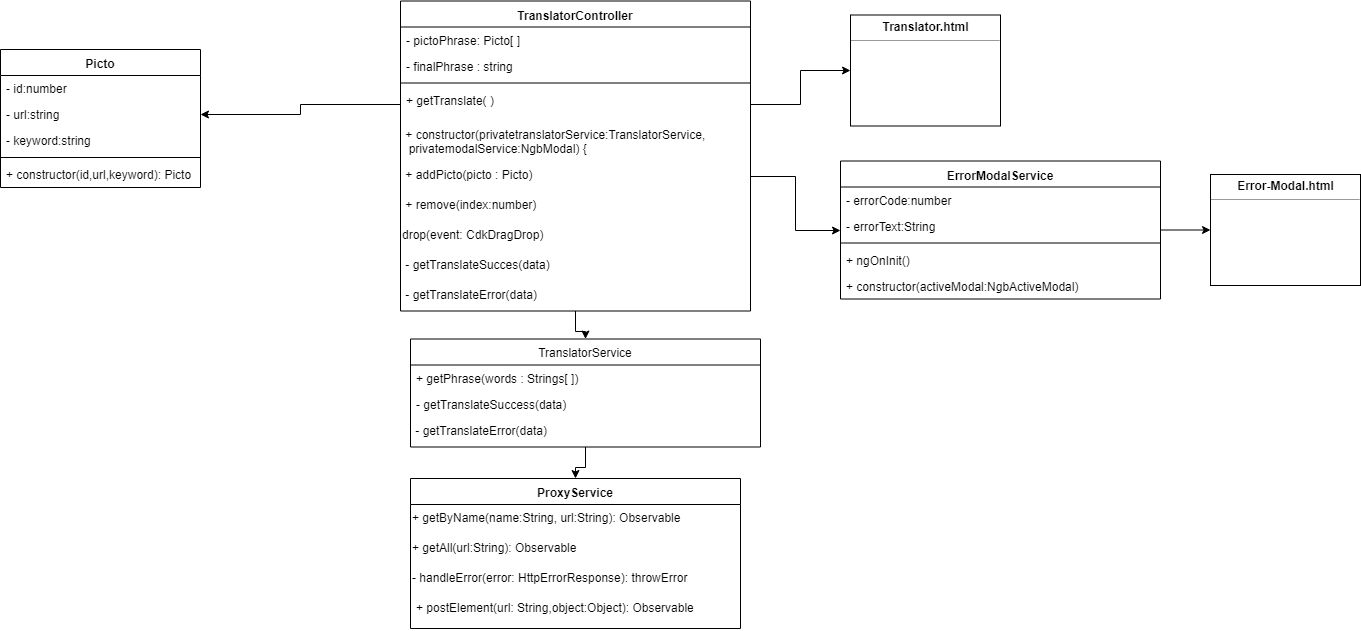
This is Documentación/Imagenes/Bitmap/ServiciosWeb/translatorComponent.png from NILGroup/TFG-1819-PictoTexto, a draw.io export, as it was before one commit. Source tidied: cells renumbered, new cells last; positions are measured from the earlier drawing's top-left corner, leaving out a move shared by most shapes. Source of this version:
```xml
<mxGraphModel>
  <root>
    <mxCell id="0" />
    <mxCell id="1" parent="0" />
    <mxCell id="2" value="ProxyService" style="swimlane;fontStyle=1;align=center;verticalAlign=top;horizontal=1;startSize=26;" parent="1" vertex="1">
      <mxGeometry x="410" y="477" width="330" height="150" as="geometry" />
    </mxCell>
    <mxCell id="3" value="+ getByName(name:String, url:String): Observable" style="text;html=1;" parent="2" vertex="1">
      <mxGeometry y="26" width="330" height="30" as="geometry" />
    </mxCell>
    <mxCell id="4" value="+ getAll(url:String): Observable" style="text;html=1;" parent="2" vertex="1">
      <mxGeometry y="56" width="330" height="30" as="geometry" />
    </mxCell>
    <mxCell id="5" value="- handleError(error: HttpErrorResponse): throwError" style="text;html=1;" parent="2" vertex="1">
      <mxGeometry y="86" width="330" height="30" as="geometry" />
    </mxCell>
    <mxCell id="6" value="+ postElement(url: String,object:Object): Observable" style="text;strokeColor=none;fillColor=none;align=left;verticalAlign=top;spacingLeft=4;spacingRight=4;overflow=hidden;" parent="2" vertex="1">
      <mxGeometry y="116" width="330" height="34" as="geometry" />
    </mxCell>
    <mxCell id="7" style="edgeStyle=orthogonalEdgeStyle;rounded=0;jettySize=auto;html=1;" parent="1" edge="1" source="8" target="14">
      <mxGeometry relative="1" as="geometry" />
    </mxCell>
    <mxCell id="8" value="ErrorModalService" style="swimlane;fontStyle=1;align=center;verticalAlign=top;horizontal=1;startSize=26;" parent="1" vertex="1">
      <mxGeometry x="840" y="159.5" width="320" height="138" as="geometry" />
    </mxCell>
    <mxCell id="9" value="- errorCode:number&#10;&#10;" style="text;strokeColor=none;fillColor=none;align=left;verticalAlign=top;spacingLeft=4;spacingRight=4;overflow=hidden;" parent="8" vertex="1">
      <mxGeometry y="26" width="320" height="26" as="geometry" />
    </mxCell>
    <mxCell id="10" value="- errorText:String&#10;&#10;" style="text;strokeColor=none;fillColor=none;align=left;verticalAlign=top;spacingLeft=4;spacingRight=4;overflow=hidden;" parent="8" vertex="1">
      <mxGeometry y="52" width="320" height="26" as="geometry" />
    </mxCell>
    <mxCell id="11" style="line;strokeWidth=1;fillColor=none;align=left;verticalAlign=middle;spacingTop=-1;spacingLeft=3;spacingRight=3;labelPosition=right;" parent="8" vertex="1">
      <mxGeometry y="78" width="320" height="8" as="geometry" />
    </mxCell>
    <mxCell id="12" value="+ ngOnInit()" style="text;strokeColor=none;fillColor=none;align=left;verticalAlign=top;spacingLeft=4;spacingRight=4;overflow=hidden;" parent="8" vertex="1">
      <mxGeometry y="86" width="320" height="26" as="geometry" />
    </mxCell>
    <mxCell id="13" value="+ constructor(activeModal:NgbActiveModal)&#10;" style="text;strokeColor=none;fillColor=none;align=left;verticalAlign=top;spacingLeft=4;spacingRight=4;overflow=hidden;" parent="8" vertex="1">
      <mxGeometry y="112" width="320" height="26" as="geometry" />
    </mxCell>
    <mxCell id="14" value="&lt;p style=&quot;margin: 0px ; margin-top: 4px ; text-align: center&quot;&gt;&lt;b&gt;Error-Modal.html&lt;/b&gt;&lt;/p&gt;&lt;hr size=&quot;1&quot;&gt;&lt;p style=&quot;margin: 0px ; margin-left: 4px&quot;&gt;&lt;/p&gt;&lt;p style=&quot;margin: 0px ; margin-left: 4px&quot;&gt;&lt;br&gt;&lt;/p&gt;" style="verticalAlign=top;align=left;overflow=fill;fontSize=12;fontFamily=Helvetica;html=1;" parent="1" vertex="1">
      <mxGeometry x="1210" y="173" width="150" height="111" as="geometry" />
    </mxCell>
    <mxCell id="15" value="TranslatorController&#10;&#10;" style="swimlane;fontStyle=1;align=center;verticalAlign=top;horizontal=1;startSize=26;" parent="1" vertex="1">
      <mxGeometry x="400" y="-0.5" width="350" height="310" as="geometry" />
    </mxCell>
    <mxCell id="16" value="- pictoPhrase: Picto[ ]" style="text;strokeColor=none;fillColor=none;align=left;verticalAlign=top;spacingLeft=4;spacingRight=4;overflow=hidden;" parent="15" vertex="1">
      <mxGeometry y="26" width="350" height="26" as="geometry" />
    </mxCell>
    <mxCell id="17" value="- finalPhrase : string" style="text;strokeColor=none;fillColor=none;align=left;verticalAlign=top;spacingLeft=4;spacingRight=4;overflow=hidden;" parent="15" vertex="1">
      <mxGeometry y="52" width="350" height="26" as="geometry" />
    </mxCell>
    <mxCell id="18" style="line;strokeWidth=1;fillColor=none;align=left;verticalAlign=middle;spacingTop=-1;spacingLeft=3;spacingRight=3;labelPosition=right;" parent="15" vertex="1">
      <mxGeometry y="78" width="350" height="8" as="geometry" />
    </mxCell>
    <mxCell id="19" value="+ getTranslate( )" style="text;strokeColor=none;fillColor=none;align=left;verticalAlign=top;spacingLeft=4;spacingRight=4;overflow=hidden;points=[[0,0.5],[1,0.5]];portConstraint=eastwest;" parent="15" vertex="1">
      <mxGeometry y="86" width="350" height="34" as="geometry" />
    </mxCell>
    <mxCell id="20" value="&amp;nbsp;+&amp;nbsp;&lt;span&gt;constructor&lt;/span&gt;&lt;span&gt;(&lt;/span&gt;&lt;span&gt;private&lt;/span&gt;&lt;span&gt;translatorService&lt;/span&gt;&lt;span&gt;:&lt;/span&gt;&lt;span&gt;TranslatorService&lt;/span&gt;&lt;span&gt;,&lt;br&gt;&amp;nbsp;&amp;nbsp;&lt;/span&gt;&lt;span&gt;private&lt;/span&gt;&lt;span&gt;modalService&lt;/span&gt;&lt;span&gt;:&lt;/span&gt;&lt;span&gt;NgbModal&lt;/span&gt;&lt;span&gt;) {  &lt;/span&gt;" style="text;html=1;" parent="15" vertex="1">
      <mxGeometry y="120" width="350" height="40" as="geometry" />
    </mxCell>
    <mxCell id="21" value="&amp;nbsp;+ addPicto(picto : Picto)" style="text;html=1;" parent="15" vertex="1">
      <mxGeometry y="160" width="350" height="30" as="geometry" />
    </mxCell>
    <mxCell id="22" value="&amp;nbsp;+&amp;nbsp;&lt;span&gt;remove&lt;/span&gt;&lt;span&gt;(&lt;/span&gt;&lt;span&gt;index:number&lt;/span&gt;&lt;span&gt;)&lt;/span&gt;&lt;br&gt;" style="text;html=1;" parent="15" vertex="1">
      <mxGeometry y="190" width="350" height="30" as="geometry" />
    </mxCell>
    <mxCell id="23" value="drop(event: CdkDragDrop&lt;string[]&gt;)" style="text;html=1;" parent="15" vertex="1">
      <mxGeometry y="220" width="350" height="30" as="geometry" />
    </mxCell>
    <mxCell id="24" value="&amp;nbsp;- getTranslateSucces(data)" style="text;html=1;" parent="15" vertex="1">
      <mxGeometry y="250" width="350" height="30" as="geometry" />
    </mxCell>
    <mxCell id="25" value="&amp;nbsp;- getTranslateError(data)" style="text;html=1;" parent="15" vertex="1">
      <mxGeometry y="280" width="350" height="30" as="geometry" />
    </mxCell>
    <mxCell id="26" value="&lt;p style=&quot;margin: 0px ; margin-top: 4px ; text-align: center&quot;&gt;&lt;b&gt;Translator.html&lt;/b&gt;&lt;/p&gt;&lt;hr size=&quot;1&quot;&gt;&lt;p style=&quot;margin: 0px ; margin-left: 4px&quot;&gt;&lt;/p&gt;&lt;p style=&quot;margin: 0px ; margin-left: 4px&quot;&gt;&lt;br&gt;&lt;/p&gt;" style="verticalAlign=top;align=left;overflow=fill;fontSize=12;fontFamily=Helvetica;html=1;" parent="1" vertex="1">
      <mxGeometry x="850" y="13.5" width="150" height="111" as="geometry" />
    </mxCell>
    <mxCell id="27" style="edgeStyle=orthogonalEdgeStyle;rounded=0;jettySize=auto;html=1;" parent="1" edge="1" source="28" target="2">
      <mxGeometry relative="1" as="geometry" />
    </mxCell>
    <mxCell id="28" value="TranslatorService" style="swimlane;fontStyle=0;horizontal=1;startSize=26;fillColor=none;" parent="1" vertex="1">
      <mxGeometry x="410" y="337.5" width="350" height="108" as="geometry" />
    </mxCell>
    <mxCell id="29" value="+ getPhrase(words : Strings[ ])" style="text;strokeColor=none;fillColor=none;align=left;verticalAlign=top;spacingLeft=4;spacingRight=4;overflow=hidden;" parent="28" vertex="1">
      <mxGeometry y="26" width="350" height="26" as="geometry" />
    </mxCell>
    <mxCell id="30" value="- getTranslateSuccess(data)" style="text;strokeColor=none;fillColor=none;align=left;verticalAlign=top;spacingLeft=4;spacingRight=4;overflow=hidden;" parent="28" vertex="1">
      <mxGeometry y="52" width="350" height="26" as="geometry" />
    </mxCell>
    <mxCell id="31" value="&amp;nbsp;- getTranslateError(data)" style="text;html=1;" parent="28" vertex="1">
      <mxGeometry y="78" width="350" height="30" as="geometry" />
    </mxCell>
    <mxCell id="32" style="edgeStyle=orthogonalEdgeStyle;rounded=0;jettySize=auto;html=1;" parent="1" edge="1" source="25" target="28">
      <mxGeometry relative="1" as="geometry" />
    </mxCell>
    <mxCell id="33" style="edgeStyle=orthogonalEdgeStyle;rounded=0;jettySize=auto;html=1;exitX=1;exitY=0.5;exitDx=0;exitDy=0;" parent="1" edge="1" source="19" target="26">
      <mxGeometry relative="1" as="geometry" />
    </mxCell>
    <mxCell id="34" style="edgeStyle=orthogonalEdgeStyle;rounded=0;jettySize=auto;html=1;" parent="1" edge="1" source="21" target="8">
      <mxGeometry relative="1" as="geometry" />
    </mxCell>
    <mxCell id="35" value="Picto" style="swimlane;fontStyle=1;align=center;verticalAlign=top;horizontal=1;startSize=26;" parent="1" vertex="1">
      <mxGeometry y="48" width="200" height="138" as="geometry" />
    </mxCell>
    <mxCell id="36" value="- id:number&#10;" style="text;strokeColor=none;fillColor=none;align=left;verticalAlign=top;spacingLeft=4;spacingRight=4;overflow=hidden;" parent="35" vertex="1">
      <mxGeometry y="26" width="200" height="26" as="geometry" />
    </mxCell>
    <mxCell id="37" value="- url:string" style="text;strokeColor=none;fillColor=none;align=left;verticalAlign=top;spacingLeft=4;spacingRight=4;overflow=hidden;points=[[0,0.5],[1,0.5]];portConstraint=eastwest;" parent="35" vertex="1">
      <mxGeometry y="52" width="200" height="26" as="geometry" />
    </mxCell>
    <mxCell id="38" value="- keyword:string" style="text;strokeColor=none;fillColor=none;align=left;verticalAlign=top;spacingLeft=4;spacingRight=4;overflow=hidden;" parent="35" vertex="1">
      <mxGeometry y="78" width="200" height="26" as="geometry" />
    </mxCell>
    <mxCell id="39" style="line;strokeWidth=1;fillColor=none;align=left;verticalAlign=middle;spacingTop=-1;spacingLeft=3;spacingRight=3;labelPosition=right;" parent="35" vertex="1">
      <mxGeometry y="104" width="200" height="8" as="geometry" />
    </mxCell>
    <mxCell id="40" value="+ constructor(id,url,keyword): Picto" style="text;strokeColor=none;fillColor=none;align=left;verticalAlign=top;spacingLeft=4;spacingRight=4;overflow=hidden;" parent="35" vertex="1">
      <mxGeometry y="112" width="200" height="26" as="geometry" />
    </mxCell>
    <mxCell id="41" style="edgeStyle=orthogonalEdgeStyle;rounded=0;jettySize=auto;html=1;entryX=1;entryY=0.5;entryDx=0;entryDy=0;" parent="1" edge="1" source="19" target="37">
      <mxGeometry relative="1" as="geometry" />
    </mxCell>
  </root>
</mxGraphModel>
```
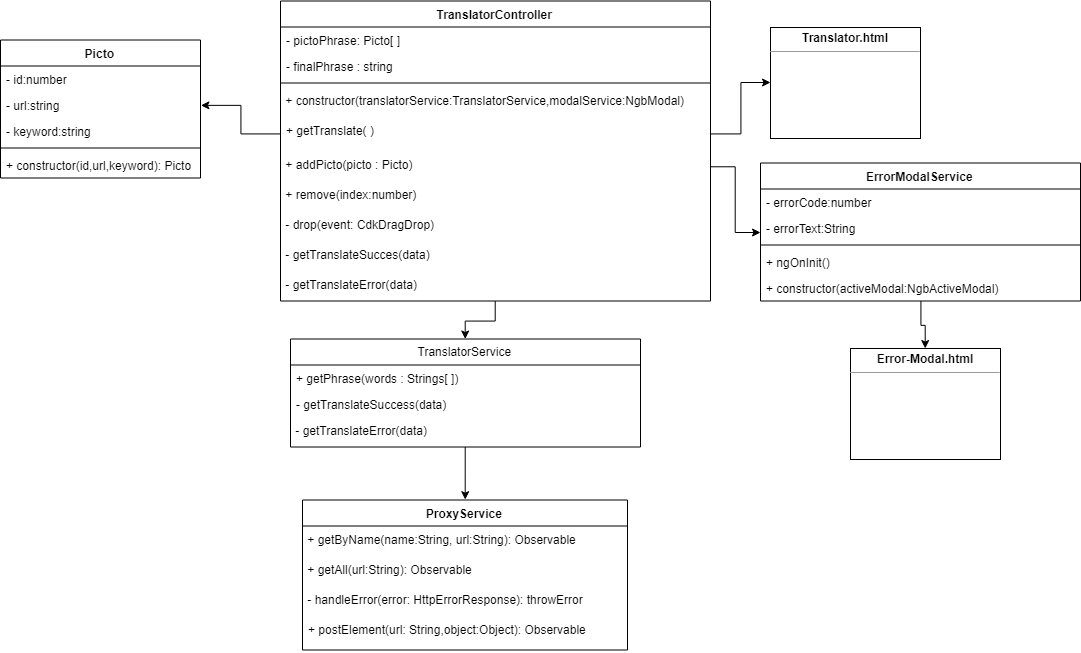
Above is the later version.

Change to the diagram source:
```diff
@@ -2,26 +2,11 @@
   <root>
     <mxCell id="0" />
     <mxCell id="1" parent="0" />
-    <mxCell id="2" value="ProxyService" style="swimlane;fontStyle=1;align=center;verticalAlign=top;horizontal=1;startSize=26;" parent="1" vertex="1">
-      <mxGeometry x="410" y="477" width="330" height="150" as="geometry" />
-    </mxCell>
-    <mxCell id="3" value="+ getByName(name:String, url:String): Observable" style="text;html=1;" parent="2" vertex="1">
-      <mxGeometry y="26" width="330" height="30" as="geometry" />
-    </mxCell>
-    <mxCell id="4" value="+ getAll(url:String): Observable" style="text;html=1;" parent="2" vertex="1">
-      <mxGeometry y="56" width="330" height="30" as="geometry" />
-    </mxCell>
-    <mxCell id="5" value="- handleError(error: HttpErrorResponse): throwError" style="text;html=1;" parent="2" vertex="1">
-      <mxGeometry y="86" width="330" height="30" as="geometry" />
-    </mxCell>
-    <mxCell id="6" value="+ postElement(url: String,object:Object): Observable" style="text;strokeColor=none;fillColor=none;align=left;verticalAlign=top;spacingLeft=4;spacingRight=4;overflow=hidden;" parent="2" vertex="1">
-      <mxGeometry y="116" width="330" height="34" as="geometry" />
-    </mxCell>
     <mxCell id="7" style="edgeStyle=orthogonalEdgeStyle;rounded=0;jettySize=auto;html=1;" parent="1" edge="1" source="8" target="14">
       <mxGeometry relative="1" as="geometry" />
     </mxCell>
     <mxCell id="8" value="ErrorModalService" style="swimlane;fontStyle=1;align=center;verticalAlign=top;horizontal=1;startSize=26;" parent="1" vertex="1">
-      <mxGeometry x="840" y="159.5" width="320" height="138" as="geometry" />
+      <mxGeometry x="880" y="161.5" width="320" height="138" as="geometry" />
     </mxCell>
     <mxCell id="9" value="- errorCode:number&#10;&#10;" style="text;strokeColor=none;fillColor=none;align=left;verticalAlign=top;spacingLeft=4;spacingRight=4;overflow=hidden;" parent="8" vertex="1">
       <mxGeometry y="26" width="320" height="26" as="geometry" />
@@ -39,45 +24,45 @@
       <mxGeometry y="112" width="320" height="26" as="geometry" />
     </mxCell>
     <mxCell id="14" value="&lt;p style=&quot;margin: 0px ; margin-top: 4px ; text-align: center&quot;&gt;&lt;b&gt;Error-Modal.html&lt;/b&gt;&lt;/p&gt;&lt;hr size=&quot;1&quot;&gt;&lt;p style=&quot;margin: 0px ; margin-left: 4px&quot;&gt;&lt;/p&gt;&lt;p style=&quot;margin: 0px ; margin-left: 4px&quot;&gt;&lt;br&gt;&lt;/p&gt;" style="verticalAlign=top;align=left;overflow=fill;fontSize=12;fontFamily=Helvetica;html=1;" parent="1" vertex="1">
-      <mxGeometry x="1210" y="173" width="150" height="111" as="geometry" />
+      <mxGeometry x="970" y="347" width="150" height="111" as="geometry" />
     </mxCell>
     <mxCell id="15" value="TranslatorController&#10;&#10;" style="swimlane;fontStyle=1;align=center;verticalAlign=top;horizontal=1;startSize=26;" parent="1" vertex="1">
-      <mxGeometry x="400" y="-0.5" width="350" height="310" as="geometry" />
+      <mxGeometry x="400" y="-0.5" width="430" height="300" as="geometry" />
     </mxCell>
     <mxCell id="16" value="- pictoPhrase: Picto[ ]" style="text;strokeColor=none;fillColor=none;align=left;verticalAlign=top;spacingLeft=4;spacingRight=4;overflow=hidden;" parent="15" vertex="1">
-      <mxGeometry y="26" width="350" height="26" as="geometry" />
+      <mxGeometry y="26" width="430" height="26" as="geometry" />
     </mxCell>
     <mxCell id="17" value="- finalPhrase : string" style="text;strokeColor=none;fillColor=none;align=left;verticalAlign=top;spacingLeft=4;spacingRight=4;overflow=hidden;" parent="15" vertex="1">
-      <mxGeometry y="52" width="350" height="26" as="geometry" />
+      <mxGeometry y="52" width="430" height="26" as="geometry" />
     </mxCell>
     <mxCell id="18" style="line;strokeWidth=1;fillColor=none;align=left;verticalAlign=middle;spacingTop=-1;spacingLeft=3;spacingRight=3;labelPosition=right;" parent="15" vertex="1">
-      <mxGeometry y="78" width="350" height="8" as="geometry" />
+      <mxGeometry y="78" width="430" height="8" as="geometry" />
     </mxCell>
+    <mxCell id="20" value="&amp;nbsp;+&amp;nbsp;&lt;span&gt;constructor&lt;/span&gt;&lt;span&gt;(&lt;/span&gt;&lt;span&gt;translatorService&lt;/span&gt;&lt;span&gt;:&lt;/span&gt;&lt;span&gt;TranslatorService&lt;/span&gt;&lt;span&gt;,&lt;/span&gt;&lt;span&gt;modalService&lt;/span&gt;&lt;span&gt;:&lt;/span&gt;&lt;span&gt;NgbModal&lt;/span&gt;&lt;span&gt;)&amp;nbsp;&lt;/span&gt;" style="text;html=1;" parent="15" vertex="1">
+      <mxGeometry y="86" width="430" height="30" as="geometry" />
+    </mxCell>
     <mxCell id="19" value="+ getTranslate( )" style="text;strokeColor=none;fillColor=none;align=left;verticalAlign=top;spacingLeft=4;spacingRight=4;overflow=hidden;points=[[0,0.5],[1,0.5]];portConstraint=eastwest;" parent="15" vertex="1">
-      <mxGeometry y="86" width="350" height="34" as="geometry" />
+      <mxGeometry y="116" width="430" height="34" as="geometry" />
     </mxCell>
-    <mxCell id="20" value="&amp;nbsp;+&amp;nbsp;&lt;span&gt;constructor&lt;/span&gt;&lt;span&gt;(&lt;/span&gt;&lt;span&gt;private&lt;/span&gt;&lt;span&gt;translatorService&lt;/span&gt;&lt;span&gt;:&lt;/span&gt;&lt;span&gt;TranslatorService&lt;/span&gt;&lt;span&gt;,&lt;br&gt;&amp;nbsp;&amp;nbsp;&lt;/span&gt;&lt;span&gt;private&lt;/span&gt;&lt;span&gt;modalService&lt;/span&gt;&lt;span&gt;:&lt;/span&gt;&lt;span&gt;NgbModal&lt;/span&gt;&lt;span&gt;) {  &lt;/span&gt;" style="text;html=1;" parent="15" vertex="1">
-      <mxGeometry y="120" width="350" height="40" as="geometry" />
-    </mxCell>
     <mxCell id="21" value="&amp;nbsp;+ addPicto(picto : Picto)" style="text;html=1;" parent="15" vertex="1">
-      <mxGeometry y="160" width="350" height="30" as="geometry" />
+      <mxGeometry y="150" width="430" height="30" as="geometry" />
     </mxCell>
     <mxCell id="22" value="&amp;nbsp;+&amp;nbsp;&lt;span&gt;remove&lt;/span&gt;&lt;span&gt;(&lt;/span&gt;&lt;span&gt;index:number&lt;/span&gt;&lt;span&gt;)&lt;/span&gt;&lt;br&gt;" style="text;html=1;" parent="15" vertex="1">
-      <mxGeometry y="190" width="350" height="30" as="geometry" />
+      <mxGeometry y="180" width="430" height="30" as="geometry" />
     </mxCell>
-    <mxCell id="23" value="drop(event: CdkDragDrop&lt;string[]&gt;)" style="text;html=1;" parent="15" vertex="1">
-      <mxGeometry y="220" width="350" height="30" as="geometry" />
+    <mxCell id="23" value="&amp;nbsp;- drop(event: CdkDragDrop)" style="text;html=1;" parent="15" vertex="1">
+      <mxGeometry y="210" width="430" height="30" as="geometry" />
     </mxCell>
     <mxCell id="24" value="&amp;nbsp;- getTranslateSucces(data)" style="text;html=1;" parent="15" vertex="1">
-      <mxGeometry y="250" width="350" height="30" as="geometry" />
+      <mxGeometry y="240" width="430" height="30" as="geometry" />
     </mxCell>
     <mxCell id="25" value="&amp;nbsp;- getTranslateError(data)" style="text;html=1;" parent="15" vertex="1">
-      <mxGeometry y="280" width="350" height="30" as="geometry" />
+      <mxGeometry y="270" width="430" height="30" as="geometry" />
     </mxCell>
     <mxCell id="26" value="&lt;p style=&quot;margin: 0px ; margin-top: 4px ; text-align: center&quot;&gt;&lt;b&gt;Translator.html&lt;/b&gt;&lt;/p&gt;&lt;hr size=&quot;1&quot;&gt;&lt;p style=&quot;margin: 0px ; margin-left: 4px&quot;&gt;&lt;/p&gt;&lt;p style=&quot;margin: 0px ; margin-left: 4px&quot;&gt;&lt;br&gt;&lt;/p&gt;" style="verticalAlign=top;align=left;overflow=fill;fontSize=12;fontFamily=Helvetica;html=1;" parent="1" vertex="1">
-      <mxGeometry x="850" y="13.5" width="150" height="111" as="geometry" />
+      <mxGeometry x="890" y="26" width="150" height="111" as="geometry" />
     </mxCell>
-    <mxCell id="27" style="edgeStyle=orthogonalEdgeStyle;rounded=0;jettySize=auto;html=1;" parent="1" edge="1" source="28" target="2">
+    <mxCell id="27" style="edgeStyle=orthogonalEdgeStyle;rounded=0;jettySize=auto;html=1;entryX=0.5;entryY=0;entryDx=0;entryDy=0;" parent="1" edge="1" source="28" target="2">
       <mxGeometry relative="1" as="geometry" />
     </mxCell>
     <mxCell id="28" value="TranslatorService" style="swimlane;fontStyle=0;horizontal=1;startSize=26;fillColor=none;" parent="1" vertex="1">
@@ -102,7 +87,7 @@
       <mxGeometry relative="1" as="geometry" />
     </mxCell>
     <mxCell id="35" value="Picto" style="swimlane;fontStyle=1;align=center;verticalAlign=top;horizontal=1;startSize=26;" parent="1" vertex="1">
-      <mxGeometry y="48" width="200" height="138" as="geometry" />
+      <mxGeometry x="120" y="38.5" width="200" height="138" as="geometry" />
     </mxCell>
     <mxCell id="36" value="- id:number&#10;" style="text;strokeColor=none;fillColor=none;align=left;verticalAlign=top;spacingLeft=4;spacingRight=4;overflow=hidden;" parent="35" vertex="1">
       <mxGeometry y="26" width="200" height="26" as="geometry" />
@@ -122,5 +107,20 @@
     <mxCell id="41" style="edgeStyle=orthogonalEdgeStyle;rounded=0;jettySize=auto;html=1;entryX=1;entryY=0.5;entryDx=0;entryDy=0;" parent="1" edge="1" source="19" target="37">
       <mxGeometry relative="1" as="geometry" />
     </mxCell>
+    <mxCell id="2" value="ProxyService" style="swimlane;fontStyle=1;align=center;verticalAlign=top;horizontal=1;startSize=26;" parent="1" vertex="1">
+      <mxGeometry x="422" y="498.5" width="325" height="150" as="geometry" />
+    </mxCell>
+    <mxCell id="3" value="&amp;nbsp;+ getByName(name:String, url:String): Observable" style="text;html=1;" parent="2" vertex="1">
+      <mxGeometry y="26" width="325" height="30" as="geometry" />
+    </mxCell>
+    <mxCell id="4" value="&amp;nbsp;+ getAll(url:String): Observable" style="text;html=1;" parent="2" vertex="1">
+      <mxGeometry y="56" width="325" height="30" as="geometry" />
+    </mxCell>
+    <mxCell id="5" value="&amp;nbsp;- handleError(error: HttpErrorResponse): throwError" style="text;html=1;" parent="2" vertex="1">
+      <mxGeometry y="86" width="325" height="30" as="geometry" />
+    </mxCell>
+    <mxCell id="6" value="+ postElement(url: String,object:Object): Observable" style="text;strokeColor=none;fillColor=none;align=left;verticalAlign=top;spacingLeft=4;spacingRight=4;overflow=hidden;" parent="2" vertex="1">
+      <mxGeometry y="116" width="325" height="34" as="geometry" />
+    </mxCell>
   </root>
 </mxGraphModel>
```
